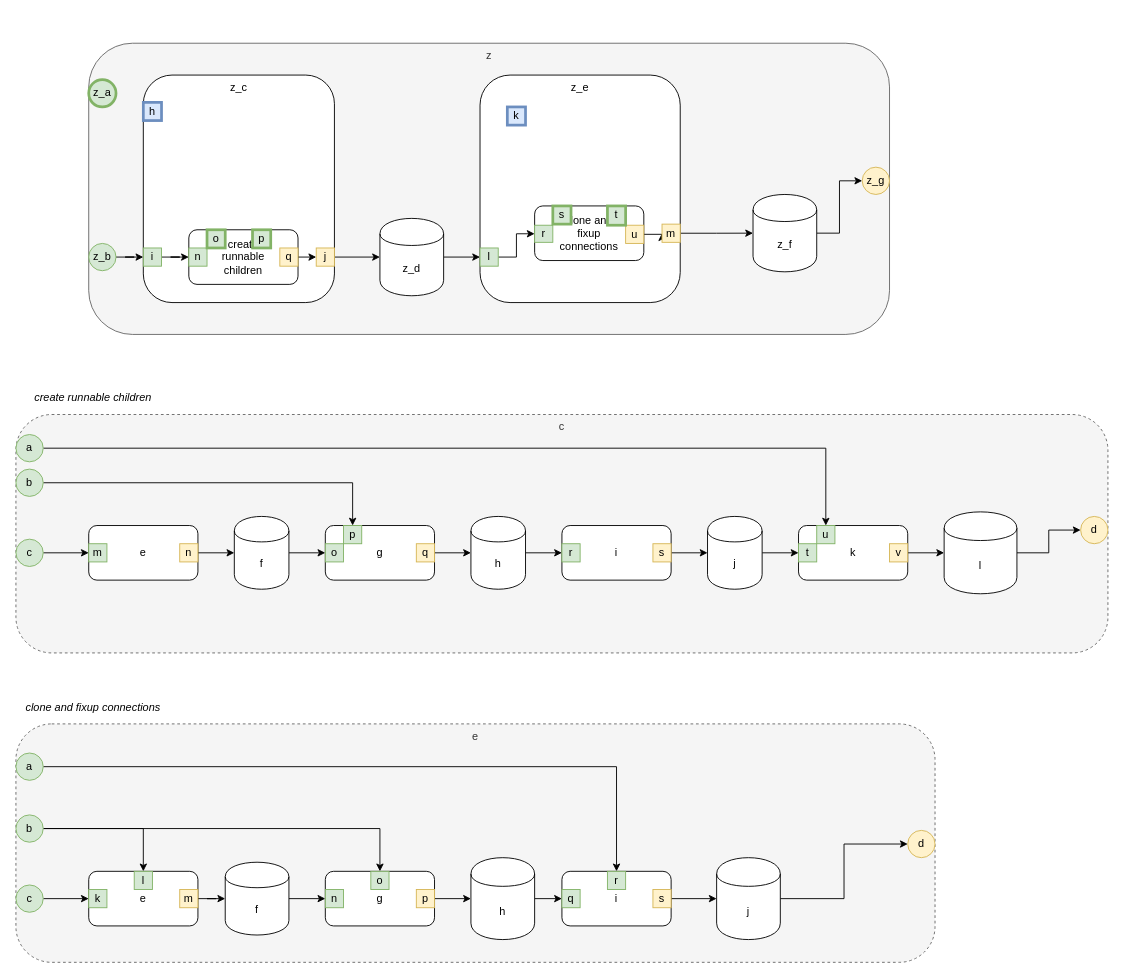
Earlier version of the draw.io diagram page "2. Rough-in Processes Labelled" (7 of 7) of pseudo/kernel.drawio (guitarvydas/basicdasl). Source tidied: cells renumbered, new cells numbered last; positions are measured from the earlier drawing's top-left corner, leaving out a move shared by most shapes. Both pictures are drawn from the tidied source at 91%, with x=0, y=0 at pixel (15, 43).
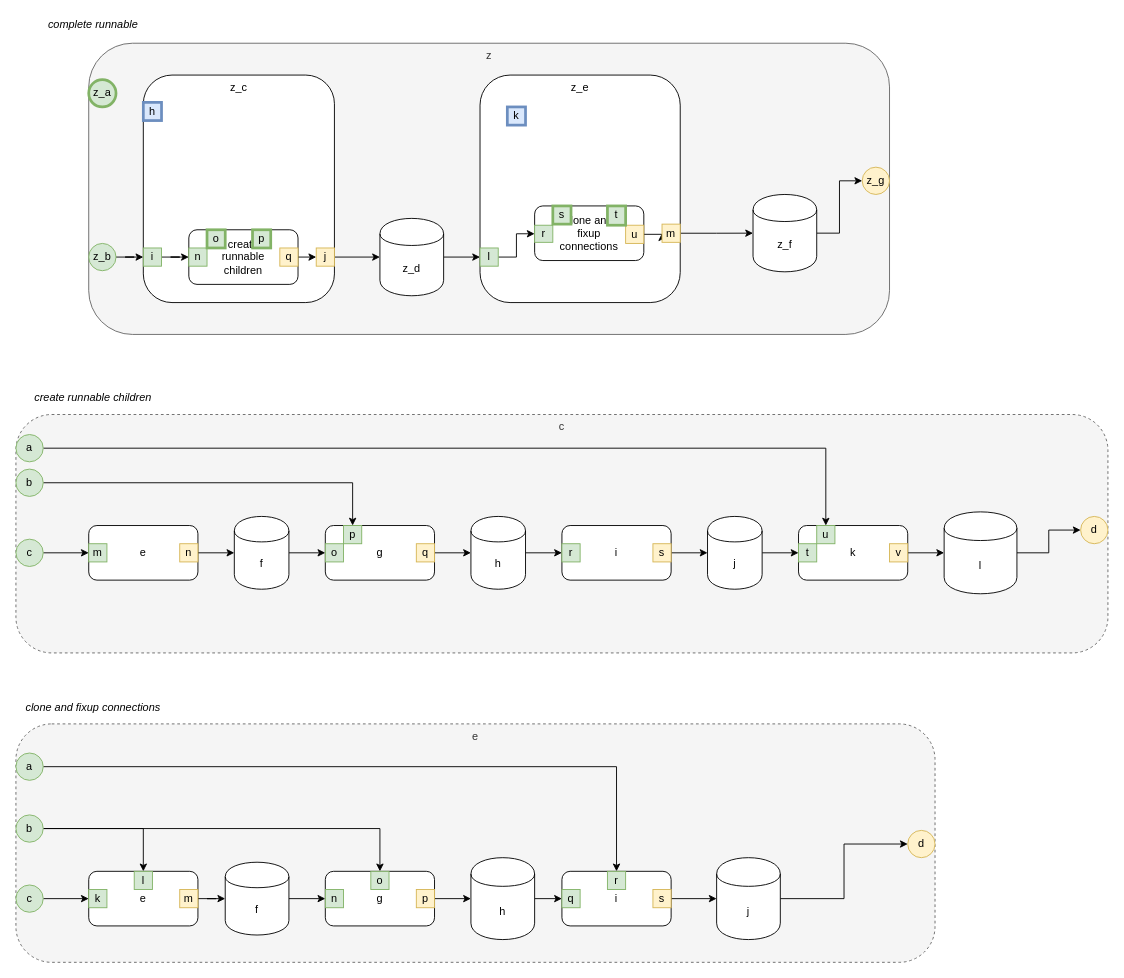
The same diagram, later.

Diff of the diagram source:
```diff
@@
+    <mxCell id="101" value="complete runnable" style="text;html=1;strokeColor=none;fillColor=none;align=center;verticalAlign=middle;whiteSpace=wrap;rounded=0;fontStyle=2;" parent="1" vertex="1">
+      <mxGeometry y="-30.3" width="170" height="20" as="geometry" />
+    </mxCell>
```
